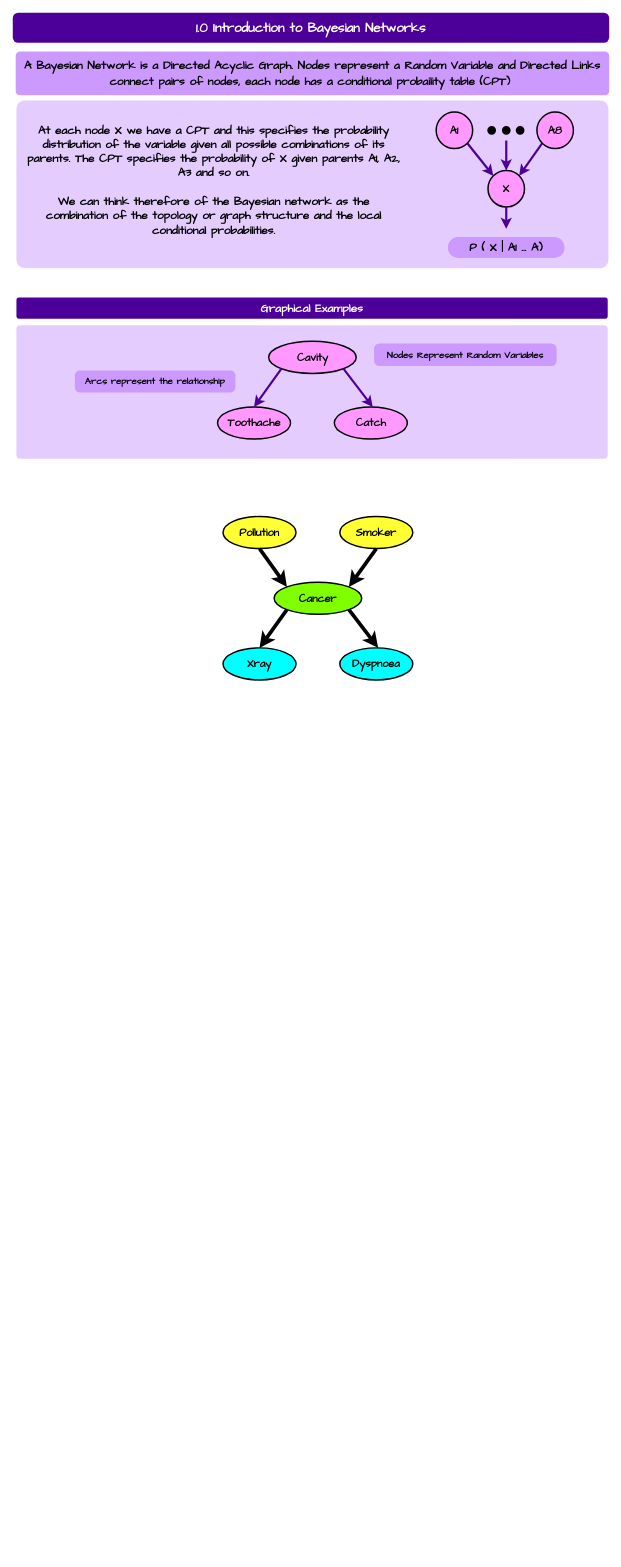
The draw.io diagram Computer Science/Fundamentals of Artificial Intelligence/Module 03 Bayesian Networks/resources/Drawings.drawio in ByteToBits/CompScience, before the edit. Source tidied: cells renumbered, new cells numbered last; positions are measured from the earlier drawing's top-left corner, leaving out a move shared by most shapes. Both pictures are drawn from the tidied source at 73%, with x=0, y=0 at pixel (12, 12).
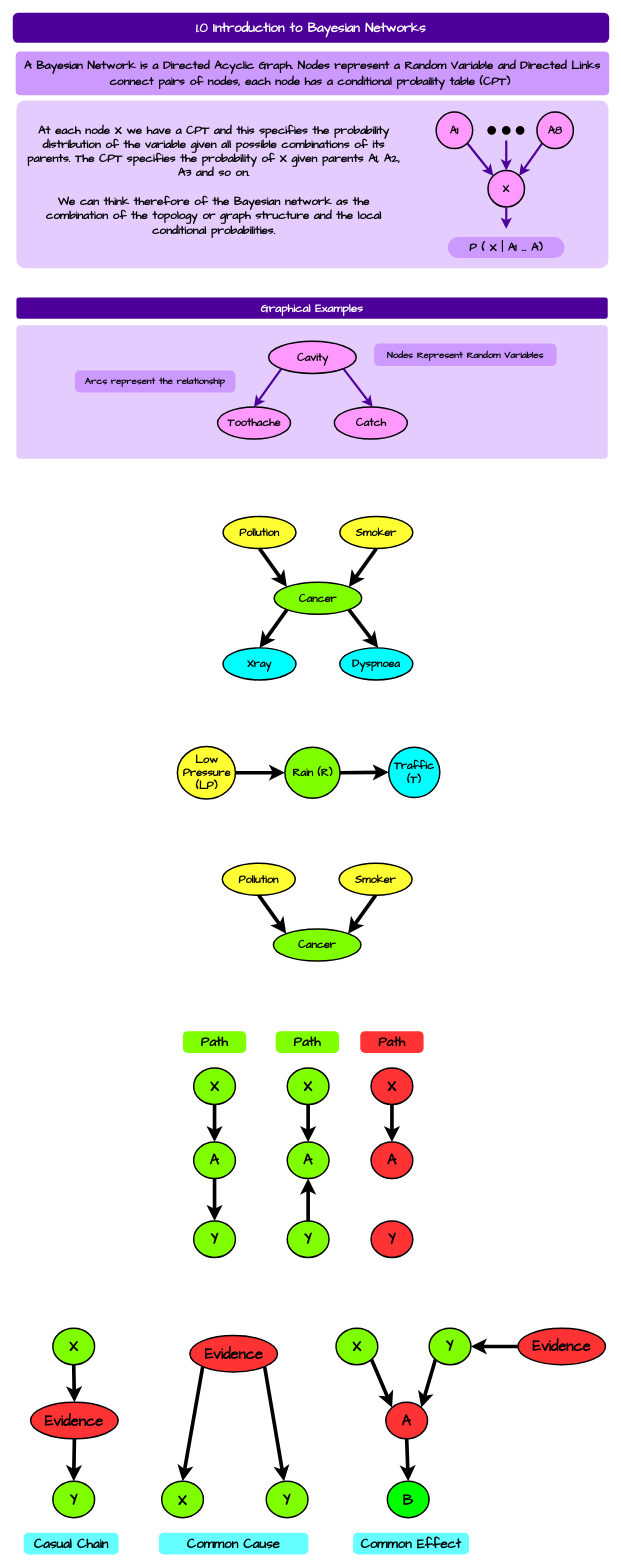
The same page after the edit.

Commit message (it also covers changes not shown here):
Bayesian Networks - D-Seperation Notes Added

Change to the diagram source:
```diff
@@
+    <mxCell id="37" value="&lt;font face=&quot;Comic Sans MS&quot; color=&quot;#000000&quot;&gt;&lt;span style=&quot;font-size: 15px;&quot;&gt;&lt;b&gt;Rain (R)&lt;/b&gt;&lt;/span&gt;&lt;/font&gt;" style="ellipse;whiteSpace=wrap;html=1;strokeWidth=2;fillColor=#80FF00;strokeColor=#000000;" parent="1" vertex="1">
+      <mxGeometry x="372.8" y="1006" width="75.5" height="70" as="geometry" />
+    </mxCell>
+    <mxCell id="38" value="&lt;font face=&quot;Comic Sans MS&quot; color=&quot;#000000&quot;&gt;&lt;span style=&quot;font-size: 15px;&quot;&gt;&lt;b&gt;Traffic (T)&lt;/b&gt;&lt;/span&gt;&lt;/font&gt;" style="ellipse;whiteSpace=wrap;html=1;strokeWidth=2;fillColor=#00FFFF;strokeColor=#000000;" parent="1" vertex="1">
+      <mxGeometry x="515" y="1006" width="70" height="69" as="geometry" />
+    </mxCell>
+    <mxCell id="39" style="endArrow=classic;html=1;rounded=0;exitX=1;exitY=0.5;exitDx=0;exitDy=0;strokeWidth=5;strokeColor=#000000;" parent="1" edge="1" source="37" target="38">
+      <mxGeometry relative="1" as="geometry" />
+    </mxCell>
+    <mxCell id="40" value="&lt;font face=&quot;Comic Sans MS&quot; color=&quot;#000000&quot;&gt;&lt;span style=&quot;font-size: 15px;&quot;&gt;&lt;b&gt;Low Pressure (LP)&lt;/b&gt;&lt;/span&gt;&lt;/font&gt;" style="ellipse;whiteSpace=wrap;html=1;strokeWidth=2;fillColor=#FFFF33;strokeColor=#000000;" parent="1" vertex="1">
+      <mxGeometry x="225.5" y="1005" width="79.5" height="72" as="geometry" />
+    </mxCell>
+    <mxCell id="41" style="rounded=1;whiteSpace=wrap;html=1;fillColor=none;strokeColor=none;fontColor=#FFFFFF;arcSize=3;fontSize=15;" parent="1" vertex="1">
+      <mxGeometry x="4" y="975" width="171" height="120" as="geometry" />
+    </mxCell>
+    <mxCell id="42" style="rounded=1;whiteSpace=wrap;html=1;fillColor=none;strokeColor=none;fontColor=#FFFFFF;arcSize=3;fontSize=15;" parent="1" vertex="1">
+      <mxGeometry x="655" y="975" width="157" height="120" as="geometry" />
+    </mxCell>
+    <mxCell id="43" style="endArrow=classic;html=1;rounded=0;exitX=1;exitY=0.5;exitDx=0;exitDy=0;strokeWidth=5;strokeColor=#000000;entryX=0;entryY=0.5;entryDx=0;entryDy=0;" parent="1" edge="1" source="40" target="37">
+      <mxGeometry relative="1" as="geometry" />
+    </mxCell>
+    <mxCell id="44" value="&lt;font face=&quot;Comic Sans MS&quot; color=&quot;#000000&quot;&gt;&lt;span style=&quot;font-size: 15px;&quot;&gt;&lt;b&gt;Cancer&lt;/b&gt;&lt;/span&gt;&lt;/font&gt;" style="ellipse;whiteSpace=wrap;html=1;strokeWidth=2;fillColor=#80FF00;strokeColor=#000000;" parent="1" vertex="1">
+      <mxGeometry x="357" y="1255" width="120" height="44" as="geometry" />
+    </mxCell>
+    <mxCell id="45" value="&lt;font face=&quot;Comic Sans MS&quot; color=&quot;#000000&quot;&gt;&lt;span style=&quot;font-size: 15px;&quot;&gt;&lt;b&gt;Pollution&lt;/b&gt;&lt;/span&gt;&lt;/font&gt;" style="ellipse;whiteSpace=wrap;html=1;strokeWidth=2;fillColor=#FFFF33;strokeColor=#000000;" parent="1" vertex="1">
+      <mxGeometry x="287" y="1165" width="100" height="44" as="geometry" />
+    </mxCell>
+    <mxCell id="46" value="&lt;font face=&quot;Comic Sans MS&quot; color=&quot;#000000&quot;&gt;&lt;span style=&quot;font-size: 15px;&quot;&gt;&lt;b&gt;Smoker&lt;/b&gt;&lt;/span&gt;&lt;/font&gt;" style="ellipse;whiteSpace=wrap;html=1;strokeWidth=2;fillColor=#FFFF33;strokeColor=#000000;" parent="1" vertex="1">
+      <mxGeometry x="447" y="1165" width="100" height="44" as="geometry" />
+    </mxCell>
+    <mxCell id="47" style="endArrow=classic;html=1;rounded=0;exitX=0.5;exitY=1;exitDx=0;exitDy=0;strokeWidth=5;strokeColor=#000000;entryX=1;entryY=0;entryDx=0;entryDy=0;" parent="1" edge="1" source="46" target="44">
+      <mxGeometry relative="1" as="geometry" />
+    </mxCell>
+    <mxCell id="48" style="endArrow=classic;html=1;rounded=0;exitX=0.5;exitY=1;exitDx=0;exitDy=0;strokeWidth=5;strokeColor=#000000;entryX=0;entryY=0;entryDx=0;entryDy=0;" parent="1" edge="1" source="45" target="44">
+      <mxGeometry relative="1" as="geometry" />
+    </mxCell>
+    <mxCell id="49" style="rounded=1;whiteSpace=wrap;html=1;fillColor=none;strokeColor=none;fontColor=#FFFFFF;arcSize=3;fontSize=15;" parent="1" vertex="1">
+      <mxGeometry x="4" y="1157" width="258" height="158" as="geometry" />
+    </mxCell>
+    <mxCell id="50" style="rounded=1;whiteSpace=wrap;html=1;fillColor=none;strokeColor=none;fontColor=#FFFFFF;arcSize=3;fontSize=15;" parent="1" vertex="1">
+      <mxGeometry x="554" y="1165" width="258" height="150" as="geometry" />
+    </mxCell>
+    <mxCell id="51" value="&lt;font style=&quot;font-size: 20px;&quot; face=&quot;Comic Sans MS&quot; color=&quot;#000000&quot;&gt;&lt;b style=&quot;&quot;&gt;X&lt;/b&gt;&lt;/font&gt;" style="ellipse;whiteSpace=wrap;html=1;strokeWidth=2;fillColor=#80FF00;strokeColor=#000000;" parent="1" vertex="1">
+      <mxGeometry x="247.8" y="1445.5" width="57.2" height="50" as="geometry" />
+    </mxCell>
+    <mxCell id="52" style="endArrow=classic;html=1;rounded=0;exitX=0.5;exitY=1;exitDx=0;exitDy=0;strokeWidth=5;strokeColor=#000000;entryX=0.5;entryY=0;entryDx=0;entryDy=0;" parent="1" edge="1" source="51" target="54">
+      <mxGeometry relative="1" as="geometry" />
+    </mxCell>
+    <mxCell id="53" style="rounded=1;whiteSpace=wrap;html=1;fillColor=none;strokeColor=none;fontColor=#FFFFFF;arcSize=3;fontSize=15;" parent="1" vertex="1">
+      <mxGeometry x="611" y="1396" width="184" height="309" as="geometry" />
+    </mxCell>
+    <mxCell id="54" value="&lt;font style=&quot;font-size: 20px;&quot; face=&quot;Comic Sans MS&quot; color=&quot;#000000&quot;&gt;&lt;b style=&quot;&quot;&gt;A&lt;/b&gt;&lt;/font&gt;" style="ellipse;whiteSpace=wrap;html=1;strokeWidth=2;fillColor=#80FF00;strokeColor=#000000;" parent="1" vertex="1">
+      <mxGeometry x="247.8" y="1547" width="57.2" height="50" as="geometry" />
+    </mxCell>
+    <mxCell id="55" value="&lt;font style=&quot;font-size: 20px;&quot; face=&quot;Comic Sans MS&quot; color=&quot;#000000&quot;&gt;&lt;b style=&quot;&quot;&gt;Y&lt;/b&gt;&lt;/font&gt;" style="ellipse;whiteSpace=wrap;html=1;strokeWidth=2;fillColor=#80FF00;strokeColor=#000000;" parent="1" vertex="1">
+      <mxGeometry x="247.8" y="1655" width="57.2" height="50" as="geometry" />
+    </mxCell>
+    <mxCell id="56" style="endArrow=classic;html=1;rounded=0;exitX=0.5;exitY=1;exitDx=0;exitDy=0;strokeWidth=5;strokeColor=#000000;entryX=0.5;entryY=0;entryDx=0;entryDy=0;" parent="1" edge="1" source="54" target="55">
+      <mxGeometry relative="1" as="geometry" />
+    </mxCell>
+    <mxCell id="57" value="&lt;font style=&quot;font-size: 20px;&quot; face=&quot;Comic Sans MS&quot; color=&quot;#000000&quot;&gt;&lt;b style=&quot;&quot;&gt;X&lt;/b&gt;&lt;/font&gt;" style="ellipse;whiteSpace=wrap;html=1;strokeWidth=2;fillColor=#80FF00;strokeColor=#000000;" parent="1" vertex="1">
+      <mxGeometry x="376" y="1445.5" width="57.2" height="50" as="geometry" />
+    </mxCell>
+    <mxCell id="58" style="endArrow=classic;html=1;rounded=0;exitX=0.5;exitY=1;exitDx=0;exitDy=0;strokeWidth=5;strokeColor=#000000;entryX=0.5;entryY=0;entryDx=0;entryDy=0;" parent="1" edge="1" source="57" target="59">
+      <mxGeometry relative="1" as="geometry" />
+    </mxCell>
+    <mxCell id="59" value="&lt;font style=&quot;font-size: 20px;&quot; face=&quot;Comic Sans MS&quot; color=&quot;#000000&quot;&gt;&lt;b style=&quot;&quot;&gt;A&lt;/b&gt;&lt;/font&gt;" style="ellipse;whiteSpace=wrap;html=1;strokeWidth=2;fillColor=#80FF00;strokeColor=#000000;" parent="1" vertex="1">
+      <mxGeometry x="376" y="1547" width="57.2" height="50" as="geometry" />
+    </mxCell>
+    <mxCell id="60" value="&lt;font style=&quot;font-size: 20px;&quot; face=&quot;Comic Sans MS&quot; color=&quot;#000000&quot;&gt;&lt;b style=&quot;&quot;&gt;Y&lt;/b&gt;&lt;/font&gt;" style="ellipse;whiteSpace=wrap;html=1;strokeWidth=2;fillColor=#80FF00;strokeColor=#000000;" parent="1" vertex="1">
+      <mxGeometry x="376" y="1655" width="57.2" height="50" as="geometry" />
+    </mxCell>
+    <mxCell id="61" style="endArrow=classic;html=1;rounded=0;strokeWidth=5;strokeColor=#000000;entryX=0.5;entryY=1;entryDx=0;entryDy=0;exitX=0.5;exitY=0;exitDx=0;exitDy=0;" parent="1" edge="1" source="60" target="59">
+      <mxGeometry relative="1" as="geometry" />
+    </mxCell>
+    <mxCell id="62" value="&lt;font style=&quot;font-size: 20px;&quot; face=&quot;Comic Sans MS&quot; color=&quot;#000000&quot;&gt;&lt;b style=&quot;&quot;&gt;X&lt;/b&gt;&lt;/font&gt;" style="ellipse;whiteSpace=wrap;html=1;strokeWidth=2;fillColor=#FF3333;strokeColor=#000000;" parent="1" vertex="1">
+      <mxGeometry x="490.8" y="1445.5" width="57.2" height="50" as="geometry" />
+    </mxCell>
+    <mxCell id="63" style="endArrow=classic;html=1;rounded=0;exitX=0.5;exitY=1;exitDx=0;exitDy=0;strokeWidth=5;strokeColor=#000000;entryX=0.5;entryY=0;entryDx=0;entryDy=0;" parent="1" edge="1" source="62" target="64">
+      <mxGeometry relative="1" as="geometry" />
+    </mxCell>
+    <mxCell id="64" value="&lt;font style=&quot;font-size: 20px;&quot; face=&quot;Comic Sans MS&quot; color=&quot;#000000&quot;&gt;&lt;b style=&quot;&quot;&gt;A&lt;/b&gt;&lt;/font&gt;" style="ellipse;whiteSpace=wrap;html=1;strokeWidth=2;fillColor=#FF3333;strokeColor=#000000;" parent="1" vertex="1">
+      <mxGeometry x="490.8" y="1547" width="57.2" height="50" as="geometry" />
+    </mxCell>
+    <mxCell id="65" value="&lt;font style=&quot;font-size: 20px;&quot; face=&quot;Comic Sans MS&quot; color=&quot;#000000&quot;&gt;&lt;b style=&quot;&quot;&gt;Y&lt;/b&gt;&lt;/font&gt;" style="ellipse;whiteSpace=wrap;html=1;strokeWidth=2;fillColor=#FF3333;strokeColor=#000000;" parent="1" vertex="1">
+      <mxGeometry x="490.8" y="1655" width="57.2" height="50" as="geometry" />
+    </mxCell>
+    <mxCell id="66" style="rounded=1;whiteSpace=wrap;html=1;fillColor=none;strokeColor=none;fontColor=#FFFFFF;arcSize=3;fontSize=15;" parent="1" vertex="1">
+      <mxGeometry x="18" y="1396" width="184" height="319" as="geometry" />
+    </mxCell>
+    <mxCell id="67" value="&lt;font face=&quot;Comic Sans MS&quot; color=&quot;#000000&quot;&gt;&lt;b&gt;Path&lt;/b&gt;&lt;/font&gt;" style="rounded=1;whiteSpace=wrap;html=1;fillColor=#80FF00;strokeColor=none;fontColor=#FFFFFF;arcSize=22;fontSize=18;" parent="1" vertex="1">
+      <mxGeometry x="233" y="1395" width="86.8" height="30" as="geometry" />
+    </mxCell>
+    <mxCell id="68" value="&lt;font face=&quot;Comic Sans MS&quot; color=&quot;#000000&quot;&gt;&lt;b&gt;Path&lt;/b&gt;&lt;/font&gt;" style="rounded=1;whiteSpace=wrap;html=1;fillColor=#80FF00;strokeColor=none;fontColor=#FFFFFF;arcSize=22;fontSize=18;" parent="1" vertex="1">
+      <mxGeometry x="360.2" y="1395" width="86.8" height="30" as="geometry" />
+    </mxCell>
+    <mxCell id="69" value="&lt;font face=&quot;Comic Sans MS&quot; color=&quot;#000000&quot;&gt;&lt;b&gt;Path&lt;/b&gt;&lt;/font&gt;" style="rounded=1;whiteSpace=wrap;html=1;fillColor=#FF3333;strokeColor=none;fontColor=#FFFFFF;arcSize=22;fontSize=18;" parent="1" vertex="1">
+      <mxGeometry x="476" y="1395" width="86.8" height="30" as="geometry" />
+    </mxCell>
+    <mxCell id="70" value="&lt;font style=&quot;font-size: 20px;&quot; face=&quot;Comic Sans MS&quot; color=&quot;#000000&quot;&gt;&lt;b style=&quot;&quot;&gt;X&lt;/b&gt;&lt;/font&gt;" style="ellipse;whiteSpace=wrap;html=1;strokeWidth=2;fillColor=#80FF00;strokeColor=#000000;" parent="1" vertex="1">
+      <mxGeometry x="54.9" y="1802" width="57.2" height="50" as="geometry" />
+    </mxCell>
+    <mxCell id="71" style="endArrow=classic;html=1;rounded=0;exitX=0.5;exitY=1;exitDx=0;exitDy=0;strokeWidth=5;strokeColor=#000000;entryX=0.5;entryY=0;entryDx=0;entryDy=0;" parent="1" edge="1" source="70" target="72">
+      <mxGeometry relative="1" as="geometry" />
+    </mxCell>
+    <mxCell id="72" value="&lt;font style=&quot;font-size: 20px;&quot; face=&quot;Comic Sans MS&quot; color=&quot;#000000&quot;&gt;&lt;b style=&quot;&quot;&gt;Evidence&lt;/b&gt;&lt;/font&gt;" style="ellipse;whiteSpace=wrap;html=1;strokeWidth=2;fillColor=#FF3333;strokeColor=#000000;" parent="1" vertex="1">
+      <mxGeometry x="24.4" y="1903.5" width="120" height="50" as="geometry" />
+    </mxCell>
+    <mxCell id="73" value="&lt;font style=&quot;font-size: 20px;&quot; face=&quot;Comic Sans MS&quot; color=&quot;#000000&quot;&gt;&lt;b style=&quot;&quot;&gt;Y&lt;/b&gt;&lt;/font&gt;" style="ellipse;whiteSpace=wrap;html=1;strokeWidth=2;fillColor=#80FF00;strokeColor=#000000;" parent="1" vertex="1">
+      <mxGeometry x="54.9" y="2011.5" width="57.2" height="50" as="geometry" />
+    </mxCell>
+    <mxCell id="74" style="endArrow=classic;html=1;rounded=0;exitX=0.5;exitY=1;exitDx=0;exitDy=0;strokeWidth=5;strokeColor=#000000;entryX=0.5;entryY=0;entryDx=0;entryDy=0;" parent="1" edge="1" source="72" target="73">
+      <mxGeometry relative="1" as="geometry" />
+    </mxCell>
+    <mxCell id="75" value="&lt;font style=&quot;font-size: 20px;&quot; face=&quot;Comic Sans MS&quot; color=&quot;#000000&quot;&gt;&lt;b style=&quot;&quot;&gt;Evidence&lt;/b&gt;&lt;/font&gt;" style="ellipse;whiteSpace=wrap;html=1;strokeWidth=2;fillColor=#FF3333;strokeColor=#000000;" parent="1" vertex="1">
+      <mxGeometry x="242.6" y="1812" width="120" height="50" as="geometry" />
+    </mxCell>
+    <mxCell id="76" value="&lt;font style=&quot;font-size: 20px;&quot; face=&quot;Comic Sans MS&quot; color=&quot;#000000&quot;&gt;&lt;b style=&quot;&quot;&gt;X&lt;/b&gt;&lt;/font&gt;" style="ellipse;whiteSpace=wrap;html=1;strokeWidth=2;fillColor=#80FF00;strokeColor=#000000;" parent="1" vertex="1">
+      <mxGeometry x="204" y="2011.5" width="57.2" height="50" as="geometry" />
+    </mxCell>
+    <mxCell id="77" value="&lt;font style=&quot;font-size: 20px;&quot; face=&quot;Comic Sans MS&quot; color=&quot;#000000&quot;&gt;&lt;b style=&quot;&quot;&gt;Y&lt;/b&gt;&lt;/font&gt;" style="ellipse;whiteSpace=wrap;html=1;strokeWidth=2;fillColor=#80FF00;strokeColor=#000000;" parent="1" vertex="1">
+      <mxGeometry x="347.2" y="2011.5" width="57.2" height="50" as="geometry" />
+    </mxCell>
+    <mxCell id="78" style="endArrow=classic;html=1;rounded=0;exitX=0;exitY=1;exitDx=0;exitDy=0;strokeWidth=5;strokeColor=#000000;entryX=0.5;entryY=0;entryDx=0;entryDy=0;" parent="1" edge="1" source="75" target="76">
+      <mxGeometry relative="1" as="geometry" />
+    </mxCell>
+    <mxCell id="79" style="endArrow=classic;html=1;rounded=0;exitX=1;exitY=1;exitDx=0;exitDy=0;strokeWidth=5;strokeColor=#000000;" parent="1" edge="1" source="75" target="77">
+      <mxGeometry relative="1" as="geometry" />
+    </mxCell>
+    <mxCell id="80" value="&lt;font style=&quot;font-size: 20px;&quot; face=&quot;Comic Sans MS&quot; color=&quot;#000000&quot;&gt;&lt;b style=&quot;&quot;&gt;X&lt;/b&gt;&lt;/font&gt;" style="ellipse;whiteSpace=wrap;html=1;strokeWidth=2;fillColor=#80FF00;strokeColor=#000000;" parent="1" vertex="1">
+      <mxGeometry x="442.8" y="1802" width="57.2" height="50" as="geometry" />
+    </mxCell>
+    <mxCell id="81" value="&lt;font face=&quot;Comic Sans MS&quot; color=&quot;#000000&quot;&gt;&lt;span style=&quot;font-size: 20px;&quot;&gt;&lt;b&gt;Y&lt;/b&gt;&lt;/span&gt;&lt;/font&gt;" style="ellipse;whiteSpace=wrap;html=1;strokeWidth=2;fillColor=#80FF00;strokeColor=#000000;" parent="1" vertex="1">
+      <mxGeometry x="570.4" y="1802" width="57.2" height="50" as="geometry" />
+    </mxCell>
+    <mxCell id="82" value="&lt;font style=&quot;font-size: 20px;&quot; face=&quot;Comic Sans MS&quot; color=&quot;#000000&quot;&gt;&lt;b style=&quot;&quot;&gt;A&lt;/b&gt;&lt;/font&gt;" style="ellipse;whiteSpace=wrap;html=1;strokeWidth=2;fillColor=#FF3333;strokeColor=#000000;" parent="1" vertex="1">
+      <mxGeometry x="511" y="1903.5" width="57.2" height="50" as="geometry" />
+    </mxCell>
+    <mxCell id="83" value="&lt;font style=&quot;font-size: 20px;&quot; face=&quot;Comic Sans MS&quot; color=&quot;#000000&quot;&gt;&lt;b style=&quot;&quot;&gt;B&lt;/b&gt;&lt;/font&gt;" style="ellipse;whiteSpace=wrap;html=1;strokeWidth=2;fillColor=#00FF00;strokeColor=#000000;" parent="1" vertex="1">
+      <mxGeometry x="513.1" y="2011.5" width="57.2" height="50" as="geometry" />
+    </mxCell>
+    <mxCell id="84" style="endArrow=classic;html=1;rounded=0;exitX=0;exitY=1;exitDx=0;exitDy=0;strokeWidth=5;strokeColor=#000000;entryX=1;entryY=0;entryDx=0;entryDy=0;" parent="1" edge="1" source="81" target="82">
+      <mxGeometry relative="1" as="geometry" />
+    </mxCell>
+    <mxCell id="85" style="endArrow=classic;html=1;rounded=0;exitX=1;exitY=1;exitDx=0;exitDy=0;strokeWidth=5;strokeColor=#000000;entryX=0;entryY=0;entryDx=0;entryDy=0;" parent="1" edge="1" source="80" target="82">
+      <mxGeometry relative="1" as="geometry" />
+    </mxCell>
+    <mxCell id="86" style="endArrow=classic;html=1;rounded=0;exitX=0.5;exitY=1;exitDx=0;exitDy=0;strokeWidth=5;strokeColor=#000000;entryX=0.5;entryY=0;entryDx=0;entryDy=0;" parent="1" edge="1" source="82" target="83">
+      <mxGeometry relative="1" as="geometry" />
+    </mxCell>
+    <mxCell id="87" value="&lt;font style=&quot;font-size: 20px;&quot; face=&quot;Comic Sans MS&quot; color=&quot;#000000&quot;&gt;&lt;b style=&quot;&quot;&gt;Evidence&lt;/b&gt;&lt;/font&gt;" style="ellipse;whiteSpace=wrap;html=1;strokeWidth=2;fillColor=#FF3333;strokeColor=#000000;" parent="1" vertex="1">
+      <mxGeometry x="692" y="1802" width="120" height="50" as="geometry" />
+    </mxCell>
+    <mxCell id="88" style="endArrow=classic;html=1;rounded=0;exitX=0;exitY=0.5;exitDx=0;exitDy=0;strokeWidth=5;strokeColor=#000000;entryX=1;entryY=0.5;entryDx=0;entryDy=0;" parent="1" edge="1" source="87" target="81">
+      <mxGeometry relative="1" as="geometry" />
+    </mxCell>
+    <mxCell id="89" value="&lt;font face=&quot;Comic Sans MS&quot; color=&quot;#000000&quot;&gt;&lt;b&gt;Casual Chain&lt;/b&gt;&lt;/font&gt;" style="rounded=1;whiteSpace=wrap;html=1;fillColor=#66FFFF;strokeColor=none;fontColor=#FFFFFF;arcSize=22;fontSize=18;" parent="1" vertex="1">
+      <mxGeometry x="15" y="2082" width="130" height="30" as="geometry" />
+    </mxCell>
+    <mxCell id="90" value="&lt;font face=&quot;Comic Sans MS&quot; color=&quot;#000000&quot;&gt;&lt;b&gt;Common Cause&lt;/b&gt;&lt;/font&gt;" style="rounded=1;whiteSpace=wrap;html=1;fillColor=#66FFFF;strokeColor=none;fontColor=#FFFFFF;arcSize=22;fontSize=18;" parent="1" vertex="1">
+      <mxGeometry x="200.2" y="2082" width="204.8" height="30" as="geometry" />
+    </mxCell>
+    <mxCell id="91" value="&lt;font face=&quot;Comic Sans MS&quot; color=&quot;#000000&quot;&gt;&lt;b&gt;Common Effect&lt;/b&gt;&lt;/font&gt;" style="rounded=1;whiteSpace=wrap;html=1;fillColor=#66FFFF;strokeColor=none;fontColor=#FFFFFF;arcSize=22;fontSize=18;" parent="1" vertex="1">
+      <mxGeometry x="466.2" y="2082" width="158.8" height="30" as="geometry" />
+    </mxCell>
```
